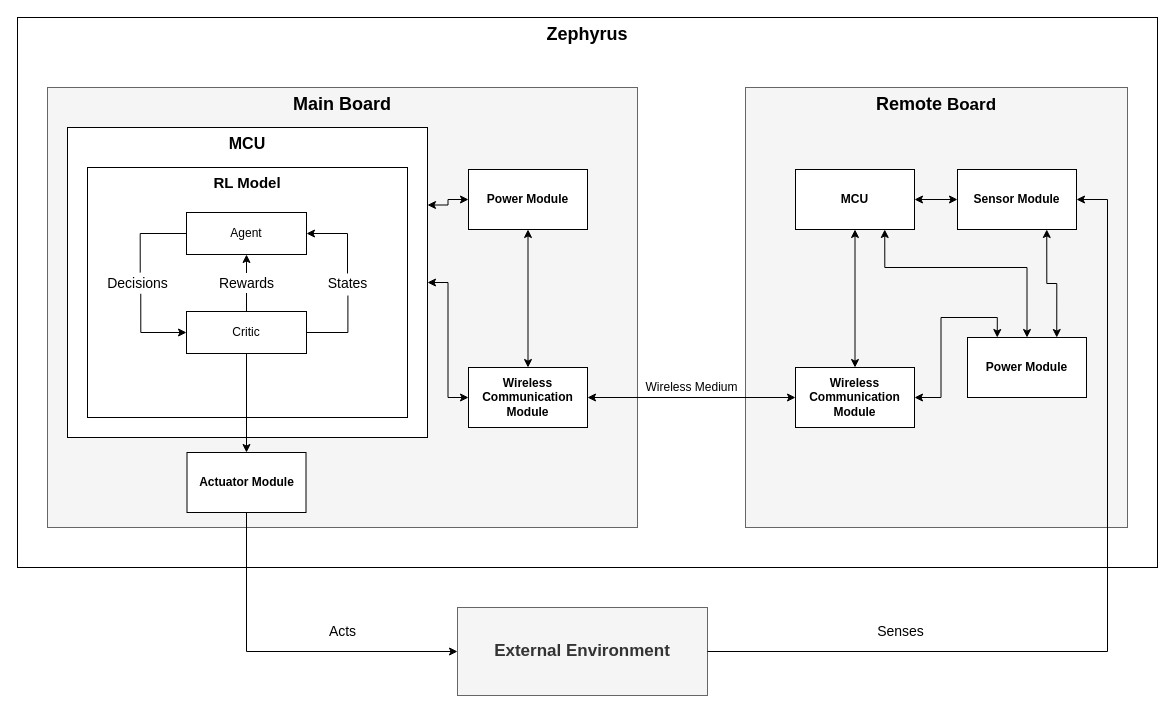
The draw.io diagram page "SYS_OV_P1" (1 of 2) of 2. Analysis/1. System Overview/sys_overview.drawio in esrg-silent-howl/zephyrus, before the edit. Source tidied: cells renumbered, new cells numbered last; positions are measured from the earlier drawing's top-left corner, leaving out a move shared by most shapes. Both pictures are drawn from the tidied source at 100%, with x=0, y=0 at pixel (17, 17).
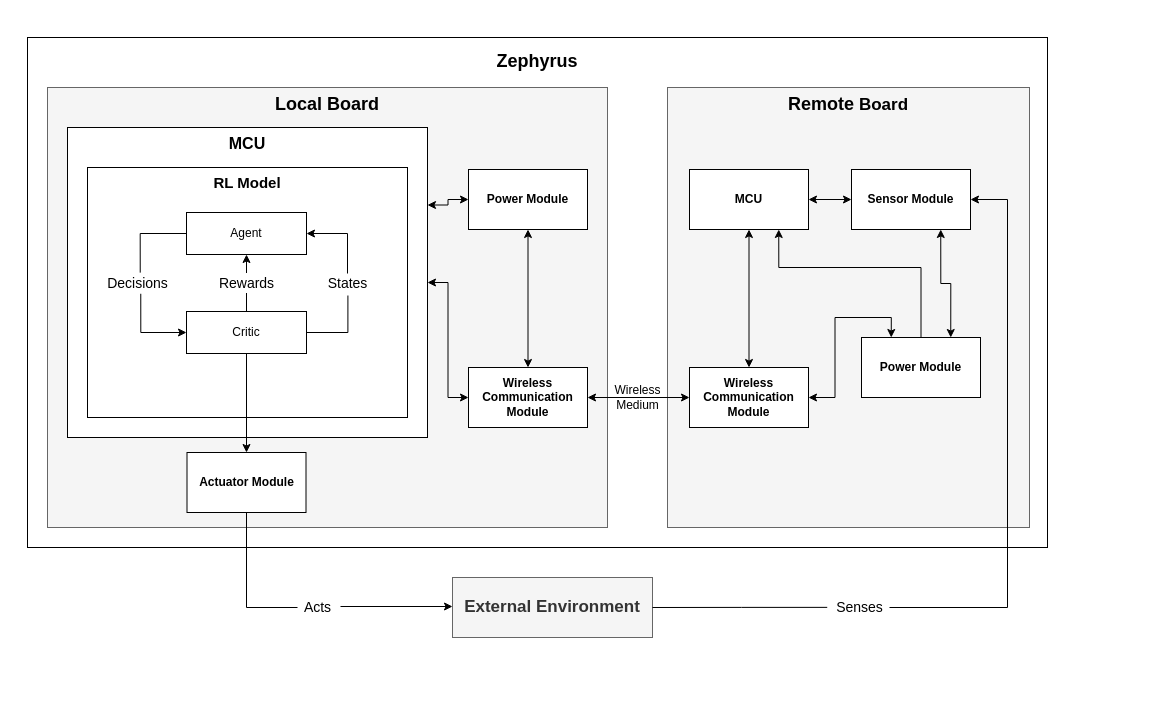
The same diagram, later.

Commit message (it also covers changes not shown here):
UPDT: Small functional changes to the schematics

The change refers to these unchanged cells:
```xml
<mxCell id="26" value="&lt;b&gt;Actuator Module&lt;/b&gt;" style="rounded=0;whiteSpace=wrap;html=1;" parent="1" vertex="1">
  <mxGeometry x="169.5" y="435" width="119" height="60" as="geometry" />
</mxCell>
```

What changed in the source:
```diff
@@
-    <mxCell id="2" value="&lt;b style=&quot;white-space: normal ; font-size: 18px&quot;&gt;Zephyrus&lt;/b&gt;" style="rounded=0;whiteSpace=wrap;html=1;verticalAlign=top;" parent="1" vertex="1">
-      <mxGeometry width="1140" height="550" as="geometry" />
+    <mxCell id="2" value="&lt;b style=&quot;white-space: normal ; font-size: 18px&quot;&gt;Zephyrus&lt;/b&gt;" style="rounded=0;whiteSpace=wrap;html=1;verticalAlign=top;spacingTop=7;" parent="1" vertex="1">
+      <mxGeometry x="10" y="20" width="1020" height="510" as="geometry" />
     </mxCell>
     <mxCell id="3" value="&lt;b style=&quot;color: rgb(0 , 0 , 0) ; font-size: 18px ; white-space: normal&quot;&gt;Remote&amp;nbsp;&lt;/b&gt;&lt;b style=&quot;color: rgb(0 , 0 , 0) ; white-space: normal ; font-size: 17px&quot;&gt;Board&lt;/b&gt;" style="rounded=0;whiteSpace=wrap;html=1;fillColor=#f5f5f5;strokeColor=#666666;fontColor=#333333;verticalAlign=top;" parent="1" vertex="1">
-      <mxGeometry x="728" y="70" width="382" height="440" as="geometry" />
+      <mxGeometry x="650" y="70" width="362" height="440" as="geometry" />
     </mxCell>
-    <mxCell id="4" value="&lt;font color=&quot;#000000&quot;&gt;&lt;span style=&quot;font-size: 18px&quot;&gt;&lt;b&gt;Main Board&lt;/b&gt;&lt;/span&gt;&lt;/font&gt;" style="rounded=0;whiteSpace=wrap;html=1;fillColor=#f5f5f5;strokeColor=#666666;fontColor=#333333;verticalAlign=top;" parent="1" vertex="1">
-      <mxGeometry x="30" y="70" width="590" height="440" as="geometry" />
+    <mxCell id="4" value="&lt;font color=&quot;#000000&quot;&gt;&lt;span style=&quot;font-size: 18px&quot;&gt;&lt;b&gt;Local Board&lt;/b&gt;&lt;/span&gt;&lt;/font&gt;" style="rounded=0;whiteSpace=wrap;html=1;fillColor=#f5f5f5;strokeColor=#666666;fontColor=#333333;verticalAlign=top;" parent="1" vertex="1">
+      <mxGeometry x="30" y="70" width="560" height="440" as="geometry" />
     </mxCell>
@@
-    <mxCell id="8" value="&lt;font style=&quot;font-size: 12px&quot;&gt;Wireless Medium&lt;/font&gt;" style="text;html=1;align=center;verticalAlign=middle;" parent="1" vertex="1">
-      <mxGeometry x="619" y="360" width="110" height="20" as="geometry" />
+    <mxCell id="8" value="&lt;font style=&quot;font-size: 12px&quot;&gt;Wireless &lt;br&gt;Medium&lt;/font&gt;" style="text;html=1;align=center;verticalAlign=middle;" parent="1" vertex="1">
+      <mxGeometry x="590" y="365" width="60" height="30" as="geometry" />
     </mxCell>
+    <mxCell id="41" style="edgeStyle=orthogonalEdgeStyle;rounded=0;jettySize=auto;html=1;exitX=0;exitY=0.5;exitDx=0;exitDy=0;entryX=0.5;entryY=1;entryDx=0;entryDy=0;startArrow=none;startFill=0;endArrow=none;endFill=0;" parent="1" edge="1" source="17" target="26">
+      <mxGeometry relative="1" as="geometry" />
+    </mxCell>
     <mxCell id="9" value="&lt;span style=&quot;font-size: 17px&quot;&gt;&lt;b&gt;External Environment&lt;/b&gt;&lt;/span&gt;" style="rounded=0;whiteSpace=wrap;html=1;fillColor=#f5f5f5;strokeColor=#666666;fontColor=#333333;" parent="1" vertex="1">
-      <mxGeometry x="440" y="590" width="250" height="88" as="geometry" />
+      <mxGeometry x="435" y="560" width="200" height="60" as="geometry" />
     </mxCell>
-    <mxCell id="10" style="edgeStyle=orthogonalEdgeStyle;rounded=0;jettySize=auto;html=1;exitX=1;exitY=0.5;exitDx=0;exitDy=0;entryX=1;entryY=0.5;entryDx=0;entryDy=0;startArrow=classic;startFill=1;endArrow=none;endFill=0;" parent="1" edge="1" source="40" target="9">
+    <mxCell id="10" style="edgeStyle=orthogonalEdgeStyle;rounded=0;jettySize=auto;html=1;exitX=-0.038;exitY=0.493;exitDx=0;exitDy=0;entryX=1;entryY=0.5;entryDx=0;entryDy=0;startArrow=none;startFill=0;endArrow=none;endFill=0;exitPerimeter=0;" parent="1" edge="1" source="11" target="9">
       <mxGeometry relative="1" as="geometry">
         <Array as="points">
-          <mxPoint x="1090" y="182" />
-          <mxPoint x="1090" y="634" />
+          <mxPoint x="724" y="590" />
         </Array>
       </mxGeometry>
     </mxCell>
-    <mxCell id="11" value="&lt;font style=&quot;font-size: 14px&quot;&gt;Senses&lt;/font&gt;" style="text;html=1;align=center;verticalAlign=middle;points=[];" parent="1" vertex="1">
-      <mxGeometry x="853" y="604" width="60" height="20" as="geometry" />
-    </mxCell>
@@
-    <mxCell id="17" value="&lt;font style=&quot;font-size: 14px&quot;&gt;Acts&lt;br&gt;&lt;/font&gt;" style="text;html=1;align=center;verticalAlign=middle;points=[];" parent="1" vertex="1">
-      <mxGeometry x="305" y="604" width="40" height="20" as="geometry" />
-    </mxCell>
@@
-    <mxCell id="25" style="edgeStyle=orthogonalEdgeStyle;rounded=0;jettySize=auto;html=1;exitX=0.5;exitY=1;exitDx=0;exitDy=0;entryX=0;entryY=0.5;entryDx=0;entryDy=0;startArrow=none;startFill=0;endArrow=classic;endFill=1;" parent="1" edge="1" source="26" target="9">
-      <mxGeometry relative="1" as="geometry">
-        <Array as="points">
-          <mxPoint x="229" y="634" />
-        </Array>
-      </mxGeometry>
-    </mxCell>
@@
-    <mxCell id="27" style="edgeStyle=orthogonalEdgeStyle;rounded=0;jettySize=auto;html=1;exitX=0.75;exitY=1;exitDx=0;exitDy=0;startArrow=classic;startFill=1;endArrow=classic;endFill=1;entryX=0.5;entryY=0;entryDx=0;entryDy=0;" parent="1" edge="1" source="29" target="37">
+    <mxCell id="27" style="edgeStyle=orthogonalEdgeStyle;rounded=0;jettySize=auto;html=1;exitX=0.75;exitY=1;exitDx=0;exitDy=0;startArrow=classic;startFill=1;endArrow=none;endFill=0;entryX=0.5;entryY=0;entryDx=0;entryDy=0;" parent="1" edge="1" source="29" target="37">
       <mxGeometry relative="1" as="geometry">
         <Array as="points">
-          <mxPoint x="867" y="250" />
-          <mxPoint x="1010" y="250" />
+          <mxPoint x="761" y="250" />
+          <mxPoint x="904" y="250" />
         </Array>
       </mxGeometry>
     </mxCell>
@@
     <mxCell id="29" value="&lt;b&gt;&lt;font style=&quot;font-size: 12px&quot;&gt;MCU&lt;/font&gt;&lt;/b&gt;" style="rounded=0;whiteSpace=wrap;html=1;" parent="1" vertex="1">
-      <mxGeometry x="778" y="152" width="119" height="60" as="geometry" />
+      <mxGeometry x="672" y="152" width="119" height="60" as="geometry" />
     </mxCell>
@@
     <mxCell id="31" value="&lt;b&gt;Wireless Communication Module&lt;/b&gt;" style="rounded=0;whiteSpace=wrap;html=1;" parent="1" vertex="1">
-      <mxGeometry x="778" y="350" width="119" height="60" as="geometry" />
+      <mxGeometry x="672" y="350" width="119" height="60" as="geometry" />
     </mxCell>
@@
     <mxCell id="37" value="&lt;b&gt;Power Module&lt;/b&gt;" style="rounded=0;whiteSpace=wrap;html=1;" parent="1" vertex="1">
-      <mxGeometry x="950" y="320" width="119" height="60" as="geometry" />
+      <mxGeometry x="844" y="320" width="119" height="60" as="geometry" />
     </mxCell>
@@
     <mxCell id="40" value="&lt;b&gt;Sensor Module&lt;/b&gt;" style="rounded=0;whiteSpace=wrap;html=1;" parent="1" vertex="1">
-      <mxGeometry x="940" y="152" width="119" height="60" as="geometry" />
+      <mxGeometry x="834" y="152" width="119" height="60" as="geometry" />
     </mxCell>
+    <mxCell id="17" value="&lt;font style=&quot;font-size: 14px&quot;&gt;Acts&lt;br&gt;&lt;/font&gt;" style="text;html=1;align=center;verticalAlign=middle;points=[];" parent="1" vertex="1">
+      <mxGeometry x="280" y="580" width="40" height="20" as="geometry" />
+    </mxCell>
+    <mxCell id="42" style="edgeStyle=orthogonalEdgeStyle;rounded=0;orthogonalLoop=1;jettySize=auto;html=1;startArrow=classic;startFill=1;endArrow=none;endFill=0;" parent="1" edge="1">
+      <mxGeometry relative="1" as="geometry">
+        <mxPoint x="435" y="589" as="sourcePoint" />
+        <mxPoint x="323" y="589" as="targetPoint" />
+        <Array as="points">
+          <mxPoint x="435" y="589" />
+        </Array>
+      </mxGeometry>
+    </mxCell>
+    <mxCell id="11" value="&lt;font style=&quot;font-size: 14px&quot;&gt;Senses&lt;/font&gt;" style="text;html=1;align=center;verticalAlign=middle;points=[];" parent="1" vertex="1">
+      <mxGeometry x="812" y="580" width="60" height="20" as="geometry" />
+    </mxCell>
+    <mxCell id="43" style="edgeStyle=orthogonalEdgeStyle;rounded=0;jettySize=auto;html=1;exitX=1;exitY=0.5;exitDx=0;exitDy=0;entryX=1;entryY=0.5;entryDx=0;entryDy=0;startArrow=classic;startFill=1;endArrow=none;endFill=0;" parent="1" edge="1" source="40" target="11">
+      <mxGeometry relative="1" as="geometry">
+        <Array as="points">
+          <mxPoint x="990" y="182" />
+          <mxPoint x="990" y="590" />
+        </Array>
+      </mxGeometry>
+    </mxCell>
```
